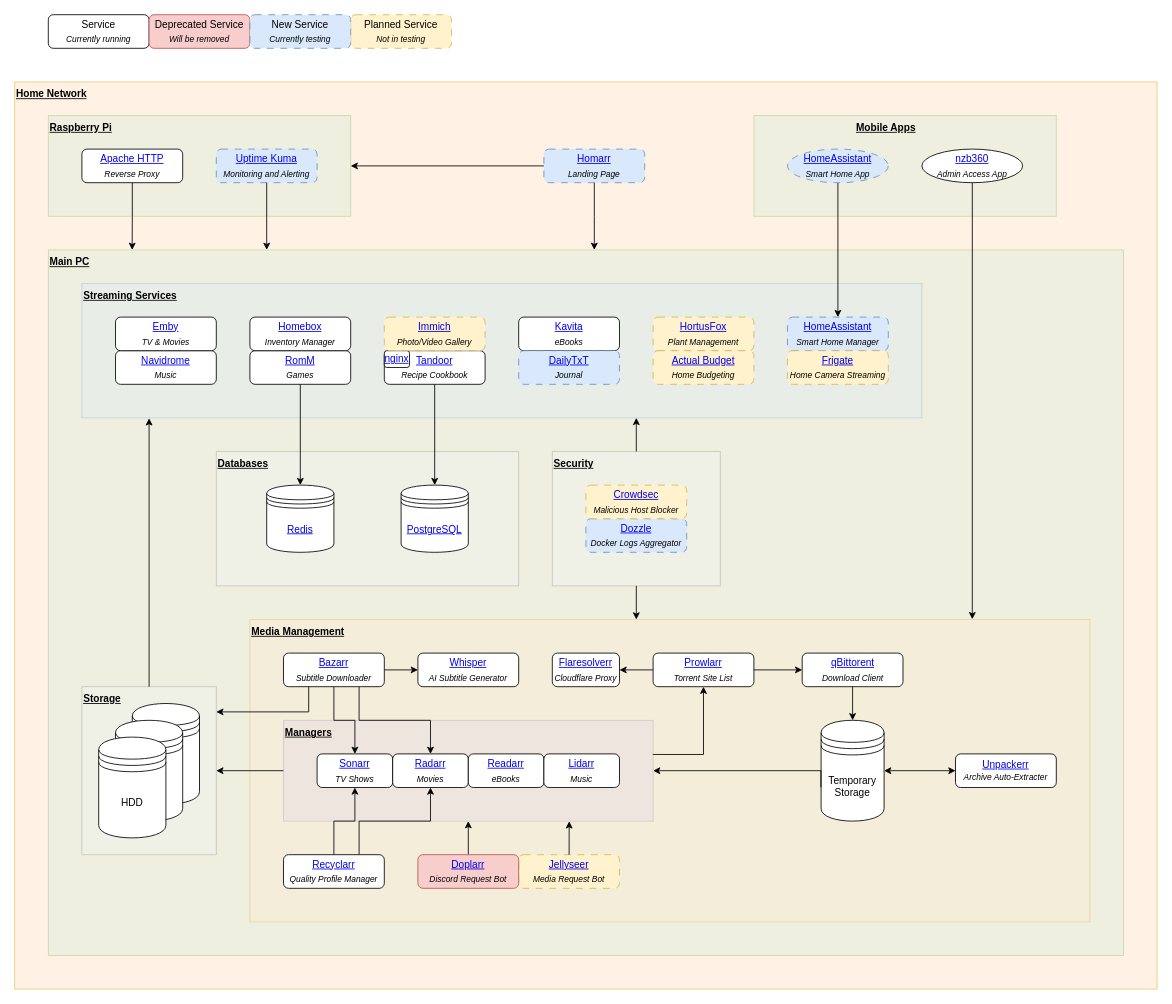
Earlier version of the draw.io diagram doc/home_theatre.drawio (zodac-personal/home_theatre). Source tidied: cells renumbered, new cells numbered last; positions are measured from the earlier drawing's top-left corner, leaving out a move shared by most shapes. Both pictures are drawn from the tidied source at 84%, with x=0, y=0 at pixel (14, 14).
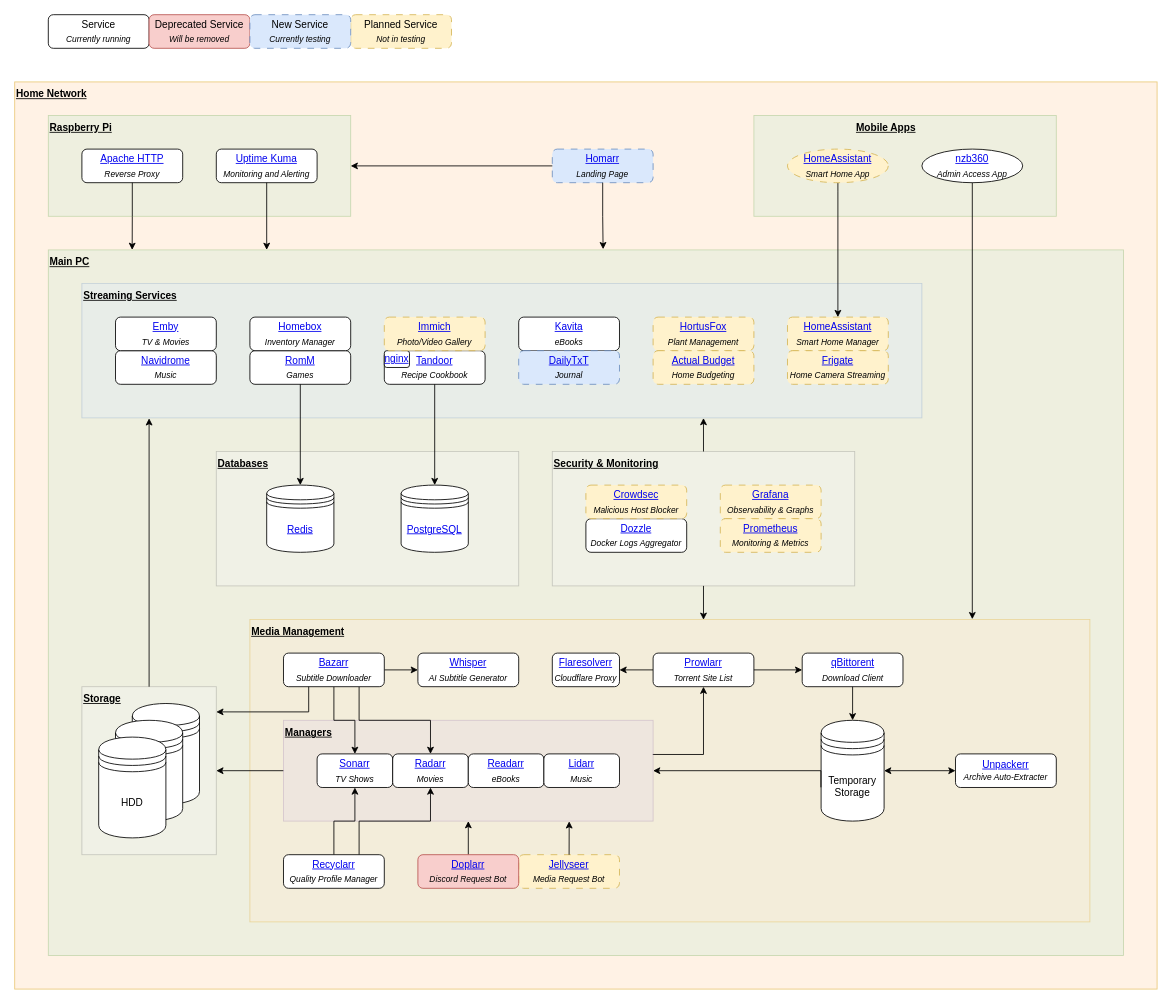
The same diagram, later.

The change refers to these unchanged cells:
```xml
<mxCell id="4" style="rounded=0;whiteSpace=wrap;html=1;fillColor=#d5e8d4;strokeColor=#82b366;opacity=40;" parent="1" vertex="1">
  <mxGeometry x="40" y="280" width="1280" height="840" as="geometry" />
</mxCell>
<mxCell id="8" style="rounded=0;whiteSpace=wrap;html=1;fillColor=#ffe6cc;strokeColor=#d79b00;opacity=30;" parent="1" vertex="1">
  <mxGeometry x="280" y="720" width="1000" height="360" as="geometry" />
</mxCell>
<mxCell id="9" style="rounded=0;whiteSpace=wrap;html=1;fillColor=#dae8fc;strokeColor=#6c8ebf;fillStyle=auto;gradientColor=none;opacity=30;glass=0;" parent="1" vertex="1">
  <mxGeometry x="80" y="320" width="1000" height="160" as="geometry" />
</mxCell>
```

What changed in the source:
```diff
@@
     <mxCell id="30" value="&lt;a href=&quot;https://github.com/ajnart/homarr&quot;&gt;Homarr&lt;/a&gt;&lt;br&gt;&lt;i&gt;&lt;sub&gt;Landing Page&lt;/sub&gt;&lt;/i&gt;" style="rounded=1;whiteSpace=wrap;html=1;dashed=1;dashPattern=8 8;fillColor=#dae8fc;strokeColor=#6c8ebf;" parent="1" vertex="1">
-      <mxGeometry x="630" y="160" width="120" height="40" as="geometry" />
+      <mxGeometry x="640" y="160" width="120" height="40" as="geometry" />
     </mxCell>
@@
-    <mxCell id="40" value="&lt;a href=&quot;https://github.com/home-assistant&quot;&gt;HomeAssistant&lt;/a&gt;&lt;br&gt;&lt;i&gt;&lt;sub&gt;Smart Home Manager&lt;/sub&gt;&lt;/i&gt;" style="rounded=1;whiteSpace=wrap;html=1;dashed=1;dashPattern=8 8;fillColor=#dae8fc;strokeColor=#6c8ebf;" parent="1" vertex="1">
+    <mxCell id="40" value="&lt;a href=&quot;https://github.com/home-assistant&quot;&gt;HomeAssistant&lt;/a&gt;&lt;br&gt;&lt;i&gt;&lt;sub&gt;Smart Home Manager&lt;/sub&gt;&lt;/i&gt;" style="rounded=1;whiteSpace=wrap;html=1;dashed=1;dashPattern=8 8;fillColor=#fff2cc;strokeColor=#d6b656;" parent="1" vertex="1">
       <mxGeometry x="920" y="360" width="120" height="40" as="geometry" />
     </mxCell>
@@
     <mxCell id="58" style="rounded=0;whiteSpace=wrap;html=1;fillColor=#f5f5f5;fontColor=#333333;strokeColor=#666666;opacity=30;" parent="1" vertex="1">
-      <mxGeometry x="640" y="520" width="200" height="160" as="geometry" />
+      <mxGeometry x="640" y="520" width="360" height="160" as="geometry" />
     </mxCell>
-    <mxCell id="59" value="&lt;a href=&quot;https://github.com/amir20/dozzle&quot;&gt;Dozzle&lt;/a&gt;&lt;br&gt;&lt;i&gt;&lt;sub&gt;Docker Logs Aggregator&lt;/sub&gt;&lt;/i&gt;" style="rounded=1;whiteSpace=wrap;html=1;fillColor=#dae8fc;strokeColor=#6c8ebf;dashed=1;dashPattern=8 8;" parent="1" vertex="1">
+    <mxCell id="59" value="&lt;a href=&quot;https://github.com/amir20/dozzle&quot;&gt;Dozzle&lt;/a&gt;&lt;br&gt;&lt;i&gt;&lt;sub&gt;Docker Logs Aggregator&lt;/sub&gt;&lt;/i&gt;" style="rounded=1;whiteSpace=wrap;html=1;" parent="1" vertex="1">
       <mxGeometry x="680" y="600" width="120" height="40" as="geometry" />
     </mxCell>
@@
-    <mxCell id="65" value="&lt;a href=&quot;https://github.com/louislam/uptime-kuma&quot;&gt;Uptime Kuma&lt;/a&gt;&lt;br&gt;&lt;i&gt;&lt;sub&gt;Monitoring and Alerting&lt;/sub&gt;&lt;/i&gt;" style="rounded=1;whiteSpace=wrap;html=1;dashed=1;dashPattern=8 8;fillColor=#dae8fc;strokeColor=#6c8ebf;" parent="1" vertex="1">
+    <mxCell id="65" value="&lt;a href=&quot;https://github.com/louislam/uptime-kuma&quot;&gt;Uptime Kuma&lt;/a&gt;&lt;br&gt;&lt;i&gt;&lt;sub&gt;Monitoring and Alerting&lt;/sub&gt;&lt;/i&gt;" style="rounded=1;whiteSpace=wrap;html=1;" parent="1" vertex="1">
       <mxGeometry x="240" y="160" width="120" height="40" as="geometry" />
     </mxCell>
-    <mxCell id="66" value="&lt;b&gt;&lt;u&gt;Security&lt;/u&gt;&lt;/b&gt;" style="text;html=1;strokeColor=none;fillColor=none;align=left;verticalAlign=middle;whiteSpace=wrap;rounded=0;" parent="1" vertex="1">
-      <mxGeometry x="640" y="520" width="60" height="30" as="geometry" />
+    <mxCell id="66" value="&lt;b&gt;&lt;u&gt;Security &amp;amp; Monitoring&lt;/u&gt;&lt;/b&gt;" style="text;html=1;strokeColor=none;fillColor=none;align=left;verticalAlign=middle;whiteSpace=wrap;rounded=0;" parent="1" vertex="1">
+      <mxGeometry x="640" y="520" width="140" height="30" as="geometry" />
     </mxCell>
@@
-    <mxCell id="71" style="edgeStyle=orthogonalEdgeStyle;rounded=0;jettySize=auto;html=1;exitX=0.5;exitY=0;exitDx=0;exitDy=0;entryX=0.66;entryY=1;entryDx=0;entryDy=0;entryPerimeter=0;" parent="1" edge="1" source="58" target="9">
+    <mxCell id="71" style="edgeStyle=orthogonalEdgeStyle;rounded=0;jettySize=auto;html=1;exitX=0.5;exitY=0;exitDx=0;exitDy=0;entryX=0.74;entryY=1.001;entryDx=0;entryDy=0;entryPerimeter=0;" parent="1" edge="1" source="58" target="9">
       <mxGeometry relative="1" as="geometry" />
     </mxCell>
-    <mxCell id="72" style="edgeStyle=orthogonalEdgeStyle;rounded=0;jettySize=auto;html=1;exitX=0.5;exitY=1;exitDx=0;exitDy=0;entryX=0.46;entryY=0;entryDx=0;entryDy=0;entryPerimeter=0;" parent="1" edge="1" source="58" target="8">
+    <mxCell id="72" style="edgeStyle=orthogonalEdgeStyle;rounded=0;jettySize=auto;html=1;exitX=0.5;exitY=1;exitDx=0;exitDy=0;entryX=0.54;entryY=0.001;entryDx=0;entryDy=0;entryPerimeter=0;" parent="1" edge="1" source="58" target="8">
       <mxGeometry relative="1" as="geometry" />
     </mxCell>
@@
-    <mxCell id="86" value="&lt;a href=&quot;https://play.google.com/store/apps/details?id=io.homeassistant.companion.android&quot;&gt;HomeAssistant&lt;/a&gt;&lt;br&gt;&lt;i&gt;&lt;sub&gt;Smart Home App&lt;/sub&gt;&lt;/i&gt;" style="ellipse;whiteSpace=wrap;html=1;dashed=1;dashPattern=8 8;fillColor=#dae8fc;strokeColor=#6c8ebf;" parent="1" vertex="1">
+    <mxCell id="86" value="&lt;a href=&quot;https://play.google.com/store/apps/details?id=io.homeassistant.companion.android&quot;&gt;HomeAssistant&lt;/a&gt;&lt;br&gt;&lt;i&gt;&lt;sub&gt;Smart Home App&lt;/sub&gt;&lt;/i&gt;" style="ellipse;whiteSpace=wrap;html=1;dashed=1;dashPattern=8 8;fillColor=#fff2cc;strokeColor=#d6b656;" parent="1" vertex="1">
       <mxGeometry x="920" y="160" width="120" height="40" as="geometry" />
     </mxCell>
@@
-    <mxCell id="90" style="edgeStyle=orthogonalEdgeStyle;rounded=0;jettySize=auto;html=1;exitX=0.5;exitY=1;exitDx=0;exitDy=0;" parent="1" edge="1" source="30">
-      <mxGeometry relative="1" as="geometry">
-        <mxPoint x="690" y="280" as="targetPoint" />
-      </mxGeometry>
+    <mxCell id="90" style="edgeStyle=orthogonalEdgeStyle;rounded=0;jettySize=auto;html=1;exitX=0.5;exitY=1;exitDx=0;exitDy=0;entryX=0.516;entryY=-0.001;entryDx=0;entryDy=0;entryPerimeter=0;" parent="1" edge="1" source="30" target="4">
+      <mxGeometry relative="1" as="geometry" />
     </mxCell>
+    <mxCell id="91" value="&lt;a href=&quot;https://github.com/grafana/grafana&quot;&gt;Grafana&lt;/a&gt;&lt;br&gt;&lt;i&gt;&lt;sub&gt;Observability &amp;amp; Graphs&lt;/sub&gt;&lt;/i&gt;" style="rounded=1;whiteSpace=wrap;html=1;dashed=1;dashPattern=8 8;fillColor=#fff2cc;strokeColor=#d6b656;" parent="1" vertex="1">
+      <mxGeometry x="840" y="560" width="120" height="40" as="geometry" />
+    </mxCell>
+    <mxCell id="92" value="&lt;a href=&quot;https://github.com/prometheus/prometheus&quot;&gt;Prometheus&lt;/a&gt;&lt;br&gt;&lt;i&gt;&lt;sub&gt;Monitoring &amp;amp; Metrics&lt;/sub&gt;&lt;/i&gt;" style="rounded=1;whiteSpace=wrap;html=1;dashed=1;dashPattern=8 8;fillColor=#fff2cc;strokeColor=#d6b656;" parent="1" vertex="1">
+      <mxGeometry x="840" y="600" width="120" height="40" as="geometry" />
+    </mxCell>
```
